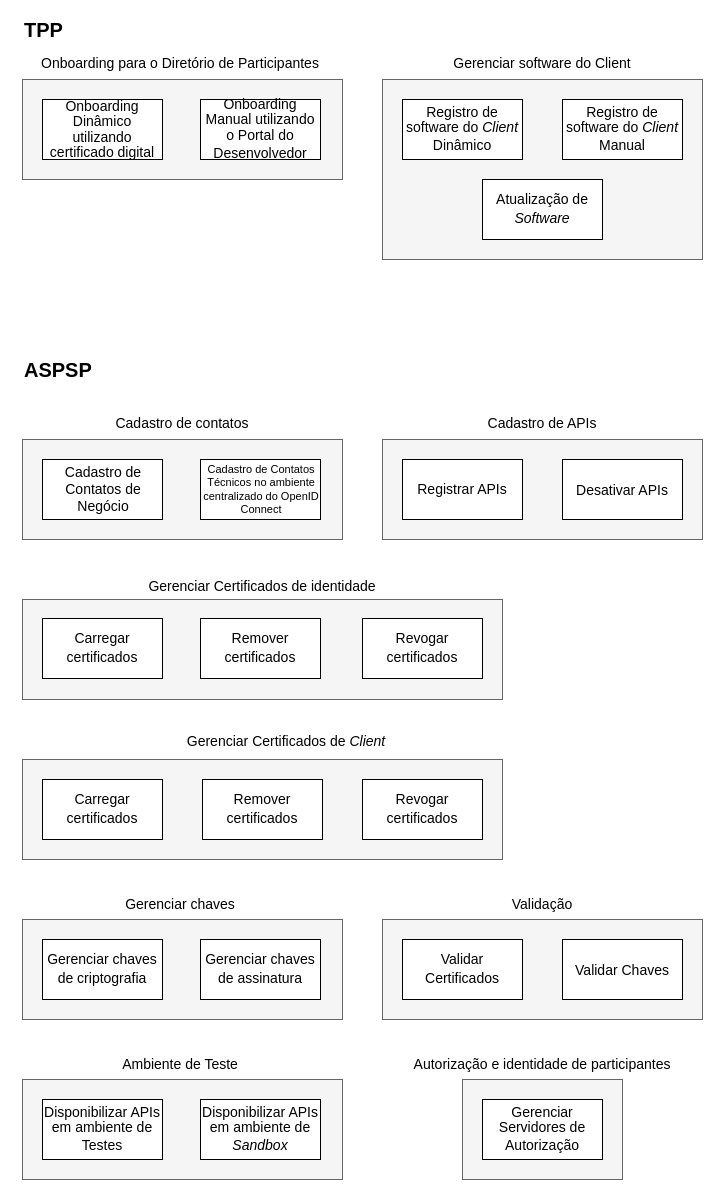
The draw.io diagram draw_io_diagrams/security/Funções Operacionais dos Participantes.drawio in OpenBanking-Brasil/areadesenvolvedor, before the edit. Source tidied: cells renumbered, new cells numbered last; positions are measured from the earlier drawing's top-left corner, leaving out a move shared by most shapes. Both pictures are drawn from the tidied source at 100%, with x=0, y=0 at pixel (17, 19).
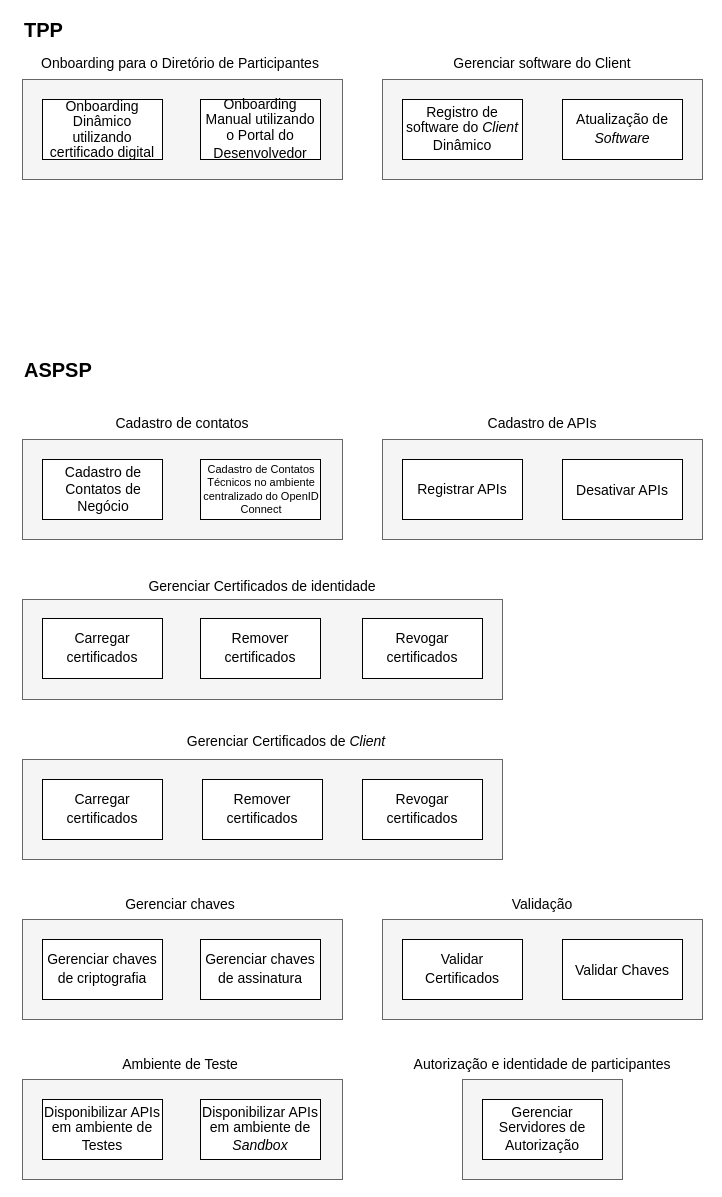
Above is the later version.

Change to the diagram source:
```diff
@@
     <mxCell id="11" style="rounded=0;whiteSpace=wrap;html=1;fontSize=20;align=center;fillColor=#f5f5f5;strokeColor=#666666;fontColor=#333333;" parent="1" vertex="1">
-      <mxGeometry x="365" y="60" width="320" height="180" as="geometry" />
+      <mxGeometry x="365" y="60" width="320" height="100" as="geometry" />
     </mxCell>
@@
-    <mxCell id="18" value="&lt;span lang=&quot;PT-BR&quot; style=&quot;font-size: 10.5pt ; line-height: 15.4px ; font-family: &amp;#34;arial&amp;#34; , sans-serif&quot;&gt;Registro de software do&amp;nbsp;&lt;i&gt;Client&lt;/i&gt; Manual&lt;/span&gt;&lt;span style=&quot;font-size: medium&quot;&gt;&lt;/span&gt;" style="rounded=0;whiteSpace=wrap;html=1;" parent="1" vertex="1">
-      <mxGeometry x="545" y="80" width="120" height="60" as="geometry" />
-    </mxCell>
     <mxCell id="19" value="&lt;span lang=&quot;PT-BR&quot; style=&quot;font-size: 10.5pt ; line-height: 15.4px ; font-family: &amp;#34;arial&amp;#34; , sans-serif&quot;&gt;Atualização de &lt;i&gt;Software&lt;/i&gt;&lt;/span&gt;&lt;span style=&quot;font-size: medium&quot;&gt;&lt;/span&gt;" style="rounded=0;whiteSpace=wrap;html=1;" parent="1" vertex="1">
-      <mxGeometry x="465" y="160" width="120" height="60" as="geometry" />
+      <mxGeometry x="545" y="80" width="120" height="60" as="geometry" />
     </mxCell>
@@
+    <mxCell id="46" style="edgeStyle=orthogonalEdgeStyle;rounded=0;orthogonalLoop=1;jettySize=auto;html=1;exitX=0.5;exitY=1;exitDx=0;exitDy=0;" parent="1" edge="1" source="11" target="11">
+      <mxGeometry relative="1" as="geometry" />
+    </mxCell>
```
